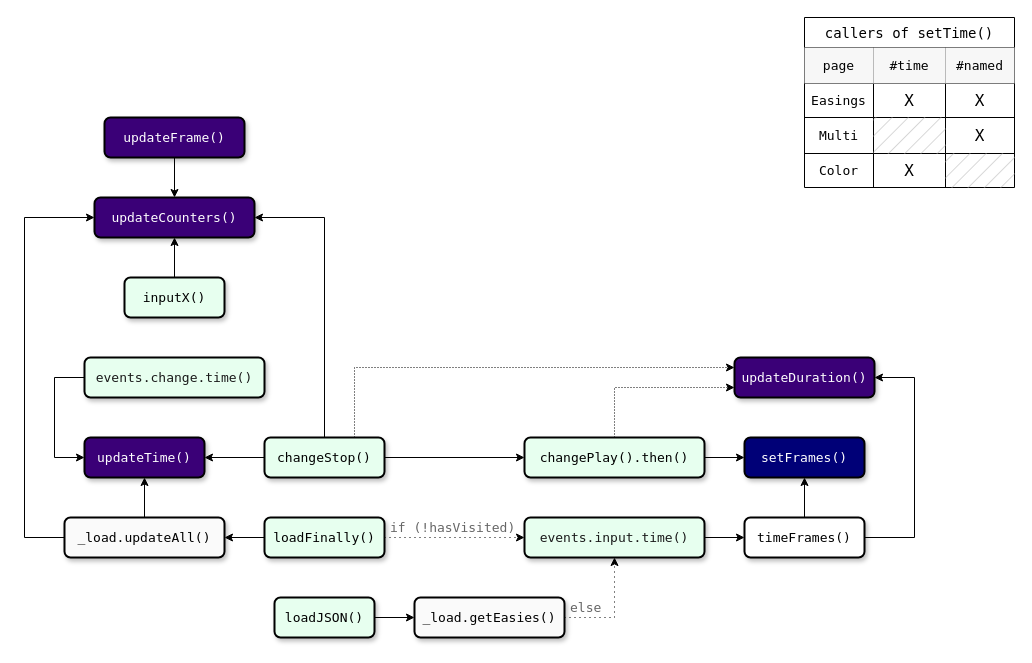
Above: page "time-frames" (2 of 3) of docs/raf-test.drawio in sidewayss/rAF (draw.io), before the change. Source tidied: cells renumbered, new cells numbered last; positions are measured from the earlier drawing's top-left corner, leaving out a move shared by most shapes. Both pictures are drawn from the tidied source at 100%, with x=0, y=0 at pixel (24, 17).
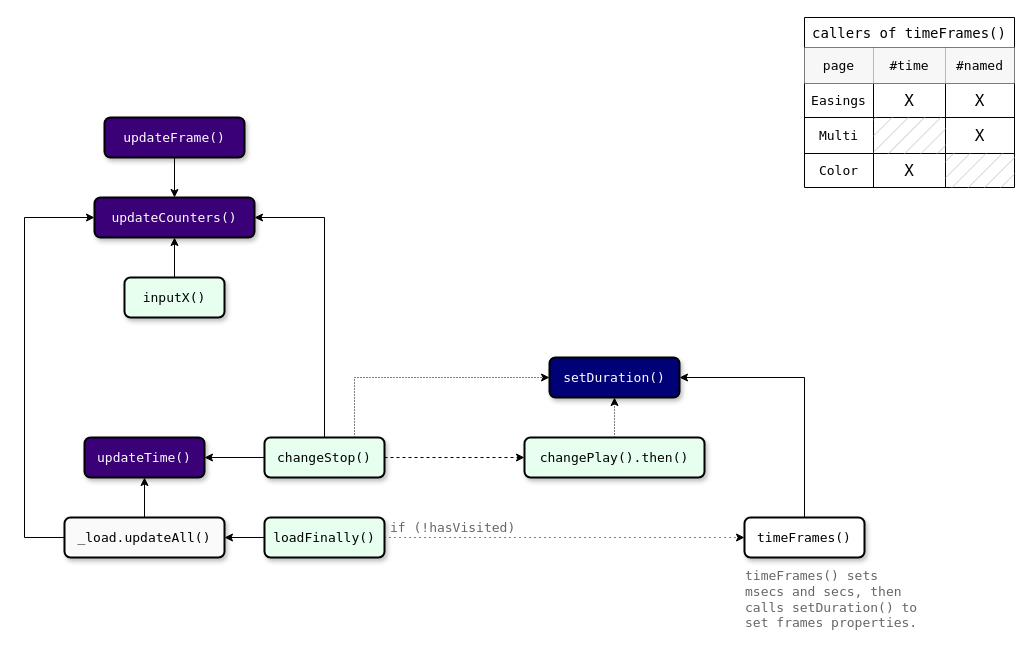
After the change.

Unchanged cells that the change refers to:
```xml
<mxCell id="4" value="&lt;div&gt;updateTime()&lt;/div&gt;" style="rounded=1;whiteSpace=wrap;html=1;fontFamily=Lucida Console;fontSize=13;fontStyle=0;fillColor=#3A0077;strokeColor=default;strokeWidth=2;fontColor=#FFFFFF;shadow=1;" parent="1" vertex="1">
  <mxGeometry x="60" y="420" width="120" height="40" as="geometry" />
</mxCell>
<mxCell id="27" value="loadFinally()" style="rounded=1;whiteSpace=wrap;html=1;fontFamily=Lucida Console;fontSize=13;fontStyle=0;fillColor=#E7FFEF;strokeColor=default;strokeWidth=2;fontColor=default;shadow=1;" parent="1" vertex="1">
  <mxGeometry x="240" y="500" width="120" height="40" as="geometry" />
</mxCell>
<mxCell id="31" value="changePlay().then()" style="rounded=1;whiteSpace=wrap;html=1;fontFamily=Lucida Console;fontSize=13;fontStyle=0;fillColor=#E7FFEF;strokeColor=default;strokeWidth=2;fontColor=default;shadow=1;" parent="1" vertex="1">
  <mxGeometry x="500" y="420" width="180" height="40" as="geometry" />
</mxCell>
<mxCell id="37" value="&lt;div&gt;timeFrames()&lt;/div&gt;" style="rounded=1;whiteSpace=wrap;html=1;fontFamily=Lucida Console;fontSize=13;fontStyle=0;fillColor=default;strokeColor=default;strokeWidth=2;fontColor=default;shadow=1;" parent="1" vertex="1">
  <mxGeometry x="720" y="500" width="120" height="40" as="geometry" />
</mxCell>
<mxCell id="43" value="changeStop()" style="rounded=1;whiteSpace=wrap;html=1;fontFamily=Lucida Console;fontSize=13;fontStyle=0;fillColor=#E7FFEF;strokeColor=default;strokeWidth=2;fontColor=default;shadow=1;" parent="1" vertex="1">
  <mxGeometry x="240" y="420" width="120" height="40" as="geometry" />
</mxCell>
```

Change to the diagram source:
```diff
@@
-    <mxCell id="2" value="&lt;div&gt;updateDuration()&lt;/div&gt;" style="rounded=1;whiteSpace=wrap;html=1;fontFamily=Lucida Console;fontSize=13;fontStyle=0;fillColor=#3A0077;strokeColor=default;strokeWidth=2;fontColor=#FFFFFF;shadow=1;" parent="1" vertex="1">
-      <mxGeometry x="710" y="340" width="140" height="40" as="geometry" />
-    </mxCell>
-    <mxCell id="3" value="&lt;div&gt;setFrames()&lt;/div&gt;" style="rounded=1;whiteSpace=wrap;html=1;fontFamily=Lucida Console;fontSize=13;fontStyle=0;fillColor=#000077;strokeColor=default;strokeWidth=2;fontColor=#FFFFFF;shadow=1;" parent="1" vertex="1">
-      <mxGeometry x="720" y="420" width="120" height="40" as="geometry" />
+    <mxCell id="3" value="&lt;div&gt;setDuration()&lt;/div&gt;" style="rounded=1;whiteSpace=wrap;html=1;fontFamily=Lucida Console;fontSize=13;fontStyle=0;fillColor=#000077;strokeColor=default;strokeWidth=2;fontColor=#FFFFFF;shadow=1;" parent="1" vertex="1">
+      <mxGeometry x="525" y="340" width="130" height="40" as="geometry" />
     </mxCell>
@@
-    <mxCell id="8" value="callers of setTime()" style="shape=table;startSize=30;childLayout=tableLayout;fontFamily=Lucida Console;strokeWidth=1;fillStyle=solid;fontSize=14;gradientColor=none;strokeColor=default;" parent="1" vertex="1">
+    <mxCell id="8" value="callers of timeFrames()" style="shape=table;startSize=30;childLayout=tableLayout;fontFamily=Lucida Console;strokeWidth=1;fillStyle=solid;fontSize=14;gradientColor=none;strokeColor=default;" parent="1" vertex="1">
       <mxGeometry x="780" width="210" height="170" as="geometry" />
     </mxCell>
@@
-    <mxCell id="26" style="edgeStyle=orthogonalEdgeStyle;rounded=0;jettySize=auto;html=1;exitX=1;exitY=0.5;exitDx=0;exitDy=0;entryX=0;entryY=0.5;entryDx=0;entryDy=0;dashed=1;dashPattern=1 4;" parent="1" edge="1" source="27" target="48">
-      <mxGeometry relative="1" as="geometry" />
-    </mxCell>
+    <mxCell id="55" style="edgeStyle=orthogonalEdgeStyle;rounded=0;jettySize=auto;html=1;exitX=1;exitY=0.5;exitDx=0;exitDy=0;entryX=0;entryY=0.5;entryDx=0;entryDy=0;dashed=1;dashPattern=1 4;" parent="1" edge="1" source="27" target="37">
+      <mxGeometry relative="1" as="geometry" />
+    </mxCell>
@@
-    <mxCell id="29" style="edgeStyle=orthogonalEdgeStyle;rounded=0;jettySize=auto;html=1;exitX=1;exitY=0.5;exitDx=0;exitDy=0;entryX=0;entryY=0.5;entryDx=0;entryDy=0;" parent="1" edge="1" source="31" target="3">
-      <mxGeometry relative="1" as="geometry" />
-    </mxCell>
-    <mxCell id="30" style="edgeStyle=orthogonalEdgeStyle;rounded=0;jettySize=auto;html=1;exitX=0.5;exitY=0;exitDx=0;exitDy=0;entryX=0;entryY=0.75;entryDx=0;entryDy=0;dashed=1;dashPattern=1 2;" parent="1" edge="1" source="31" target="2">
+    <mxCell id="30" style="edgeStyle=orthogonalEdgeStyle;rounded=0;jettySize=auto;html=1;exitX=0.5;exitY=0;exitDx=0;exitDy=0;entryX=0.5;entryY=1;entryDx=0;entryDy=0;dashed=1;dashPattern=1 2;" parent="1" edge="1" source="31" target="3">
       <mxGeometry relative="1" as="geometry" />
     </mxCell>
@@
-    <mxCell id="35" style="edgeStyle=orthogonalEdgeStyle;rounded=0;jettySize=auto;html=1;exitX=0.5;exitY=0;exitDx=0;exitDy=0;entryX=0.5;entryY=1;entryDx=0;entryDy=0;" parent="1" edge="1" source="37" target="3">
+    <mxCell id="35" style="edgeStyle=orthogonalEdgeStyle;rounded=0;jettySize=auto;html=1;exitX=0.5;exitY=0;exitDx=0;exitDy=0;entryX=1;entryY=0.5;entryDx=0;entryDy=0;" parent="1" edge="1" source="37" target="3">
       <mxGeometry relative="1" as="geometry" />
     </mxCell>
-    <mxCell id="36" style="edgeStyle=orthogonalEdgeStyle;rounded=0;jettySize=auto;html=1;exitX=1;exitY=0.5;exitDx=0;exitDy=0;entryX=1;entryY=0.5;entryDx=0;entryDy=0;" parent="1" edge="1" source="37" target="2">
-      <mxGeometry relative="1" as="geometry">
-        <Array as="points">
-          <mxPoint x="890" y="520" />
-          <mxPoint x="890" y="360" />
-        </Array>
-      </mxGeometry>
-    </mxCell>
@@
-    <mxCell id="38" style="edgeStyle=orthogonalEdgeStyle;rounded=0;jettySize=auto;html=1;exitX=1;exitY=0.5;exitDx=0;exitDy=0;entryX=0;entryY=0.5;entryDx=0;entryDy=0;" parent="1" edge="1" source="48" target="37">
-      <mxGeometry relative="1" as="geometry" />
-    </mxCell>
@@
-    <mxCell id="40" style="rounded=0;jettySize=auto;html=1;exitX=1;exitY=0.5;exitDx=0;exitDy=0;entryX=0;entryY=0.5;entryDx=0;entryDy=0;" parent="1" edge="1" source="43" target="31">
+    <mxCell id="40" style="rounded=0;jettySize=auto;html=1;exitX=1;exitY=0.5;exitDx=0;exitDy=0;entryX=0;entryY=0.5;entryDx=0;entryDy=0;dashed=1;" parent="1" edge="1" source="43" target="31">
       <mxGeometry relative="1" as="geometry" />
     </mxCell>
-    <mxCell id="41" style="edgeStyle=orthogonalEdgeStyle;rounded=0;jettySize=auto;html=1;exitX=0.75;exitY=0;exitDx=0;exitDy=0;entryX=0;entryY=0.25;entryDx=0;entryDy=0;dashed=1;dashPattern=1 2;" parent="1" edge="1" source="43" target="2">
+    <mxCell id="41" style="edgeStyle=orthogonalEdgeStyle;rounded=0;jettySize=auto;html=1;exitX=0.75;exitY=0;exitDx=0;exitDy=0;entryX=0;entryY=0.5;entryDx=0;entryDy=0;dashed=1;dashPattern=1 2;" parent="1" edge="1" source="43" target="3">
       <mxGeometry relative="1" as="geometry" />
     </mxCell>
@@
-    <mxCell id="46" style="edgeStyle=orthogonalEdgeStyle;rounded=0;jettySize=auto;html=1;exitX=0;exitY=0.5;exitDx=0;exitDy=0;entryX=0;entryY=0.5;entryDx=0;entryDy=0;" parent="1" edge="1" source="52" target="4">
-      <mxGeometry relative="1" as="geometry">
-        <Array as="points">
-          <mxPoint x="30" y="360" />
-          <mxPoint x="30" y="440" />
-        </Array>
-      </mxGeometry>
-    </mxCell>
-    <mxCell id="47" parent="0" />
-    <mxCell id="48" value="&lt;div&gt;&lt;span style=&quot;background-color: initial;&quot;&gt;events.input.time()&lt;/span&gt;&lt;br&gt;&lt;/div&gt;" style="rounded=1;whiteSpace=wrap;html=1;fontFamily=Lucida Console;fontSize=13;fontStyle=0;strokeWidth=2;fillColor=#E7FFEF;fontColor=#1A1A1A;strokeColor=default;shadow=1;" parent="47" vertex="1">
-      <mxGeometry x="500" y="500" width="180" height="40" as="geometry" />
-    </mxCell>
-    <mxCell id="49" style="edgeStyle=orthogonalEdgeStyle;rounded=0;jettySize=auto;html=1;exitX=1;exitY=0.5;exitDx=0;exitDy=0;entryX=0.5;entryY=1;entryDx=0;entryDy=0;dashed=1;dashPattern=1 4;" parent="47" edge="1" source="50" target="48">
-      <mxGeometry relative="1" as="geometry" />
-    </mxCell>
-    <mxCell id="50" value="_load.getEasies()" style="rounded=1;whiteSpace=wrap;html=1;fontFamily=Lucida Console;fontSize=13;fontStyle=0;strokeWidth=2;fillColor=#fafafa;shadow=1;" parent="47" vertex="1">
-      <mxGeometry x="390" y="580" width="150" height="40" as="geometry" />
-    </mxCell>
-    <mxCell id="51" value="&lt;font face=&quot;Lucida Console&quot;&gt;else&lt;/font&gt;" style="text;html=1;align=left;verticalAlign=middle;whiteSpace=wrap;rounded=0;fontSize=13;fontStyle=0;fontFamily=Verdana;fontColor=#666666;shadow=0;" parent="47" vertex="1">
-      <mxGeometry x="544" y="580" width="40" height="20" as="geometry" />
-    </mxCell>
-    <mxCell id="52" value="&lt;div&gt;&lt;span style=&quot;background-color: initial;&quot;&gt;events.change.time()&lt;/span&gt;&lt;br&gt;&lt;/div&gt;" style="rounded=1;whiteSpace=wrap;html=1;fontFamily=Lucida Console;fontSize=13;fontStyle=0;strokeWidth=2;fillColor=#E7FFEF;fontColor=#1A1A1A;strokeColor=default;shadow=1;" parent="47" vertex="1">
-      <mxGeometry x="60" y="340" width="180" height="40" as="geometry" />
-    </mxCell>
-    <mxCell id="53" style="edgeStyle=orthogonalEdgeStyle;rounded=0;jettySize=auto;html=1;exitX=1;exitY=0.5;exitDx=0;exitDy=0;entryX=0;entryY=0.5;entryDx=0;entryDy=0;" parent="47" edge="1" source="54" target="50">
-      <mxGeometry relative="1" as="geometry" />
-    </mxCell>
-    <mxCell id="54" value="loadJSON()" style="rounded=1;whiteSpace=wrap;html=1;fontFamily=Lucida Console;fontSize=13;fontStyle=0;fillColor=#E7FFEF;strokeColor=default;strokeWidth=2;fontColor=default;shadow=1;" parent="47" vertex="1">
-      <mxGeometry x="250" y="580" width="100" height="40" as="geometry" />
-    </mxCell>
+    <mxCell id="56" value="&lt;font face=&quot;Lucida Console&quot;&gt;timeFrames() sets msecs and secs, then calls setDuration() to set frames properties.&lt;/font&gt;" style="text;html=1;align=left;verticalAlign=middle;whiteSpace=wrap;rounded=0;fontSize=13;fontStyle=0;fontFamily=Verdana;fontColor=#666666;shadow=0;" parent="1" vertex="1">
+      <mxGeometry x="719" y="547" width="181" height="70" as="geometry" />
+    </mxCell>
```
